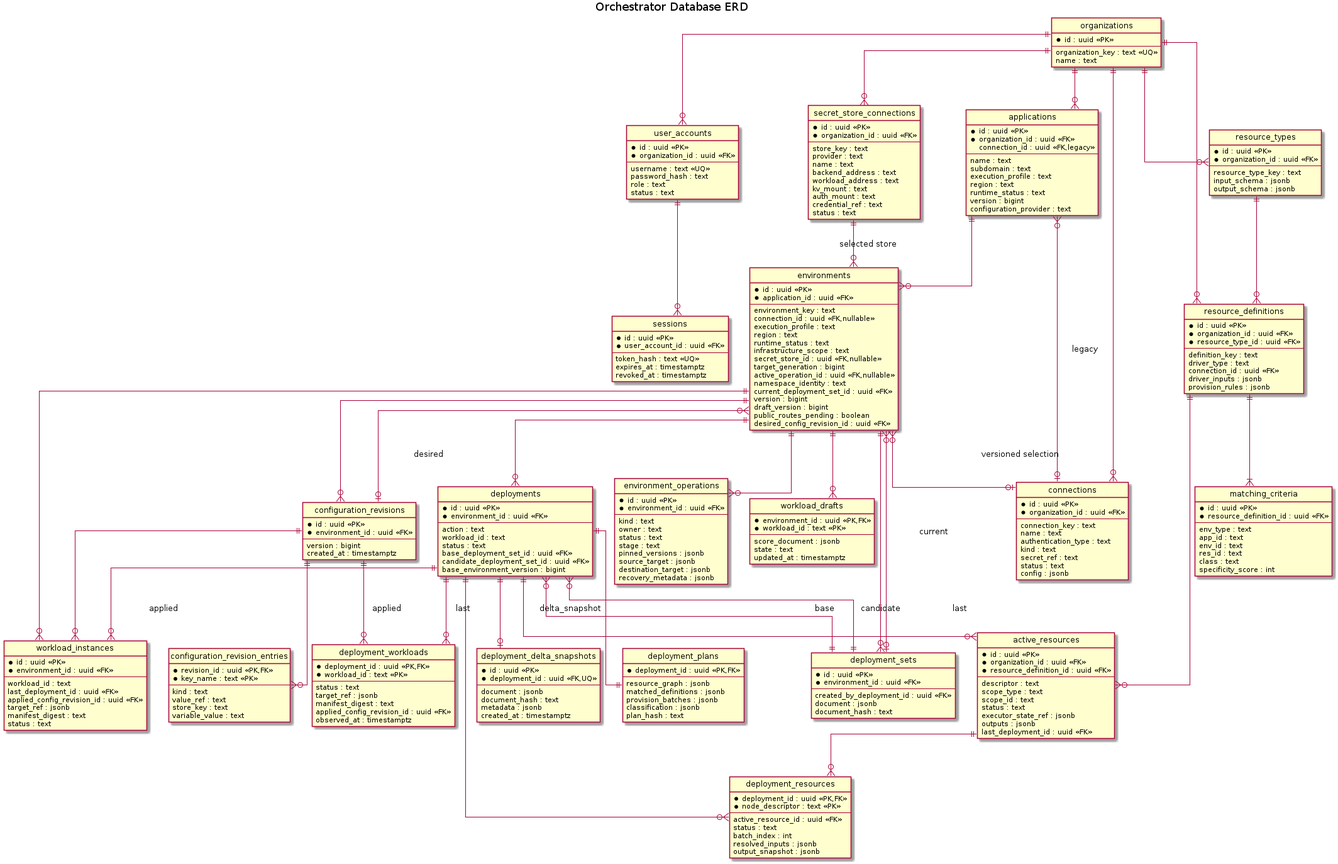
This is orchestrator_docs/architecture/database/erd.png from pr3s3nt/poc, a PlantUML export, as it was before one commit. Its source is kept beside it as orchestrator_docs/architecture/database/erd.puml.
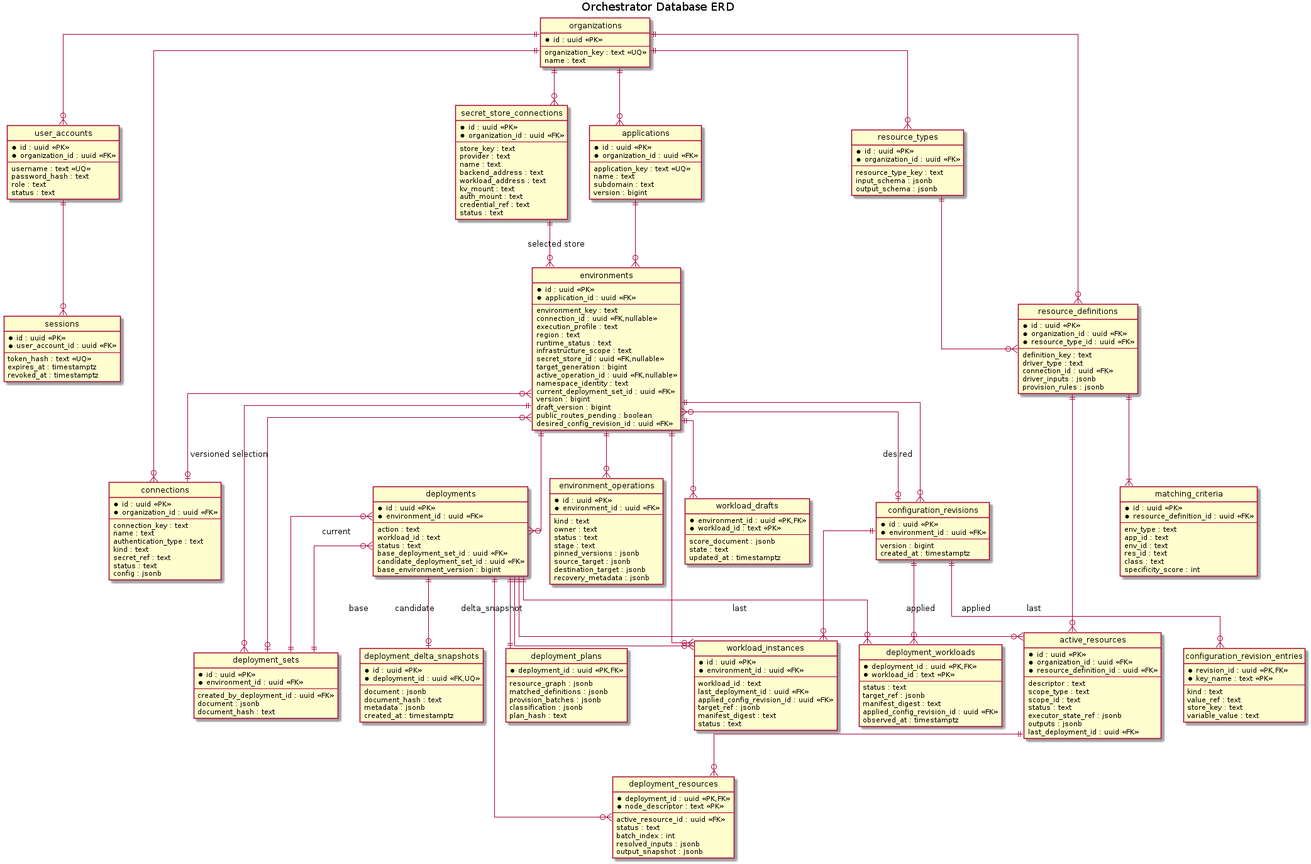
Above is the later version.

What changed in the source:
```diff
@@ -68,15 +68,11 @@
 entity applications {
   * id : uuid <<PK>>
   * organization_id : uuid <<FK>>
-  connection_id : uuid <<FK,legacy>>
   --
+  application_key : text <<UQ>>
   name : text
   subdomain : text
-  execution_profile : text
-  region : text
-  runtime_status : text
   version : bigint
-  configuration_provider : text
 }
 entity environments {
   * id : uuid <<PK>>
@@ -240,7 +236,6 @@
 organizations ||--o{ applications
 organizations ||--o{ resource_types
 organizations ||--o{ resource_definitions
-applications }o--o| connections : legacy
 environments }o--o| connections : versioned selection
 applications ||--o{ environments
 environments ||--o{ deployment_sets
```
